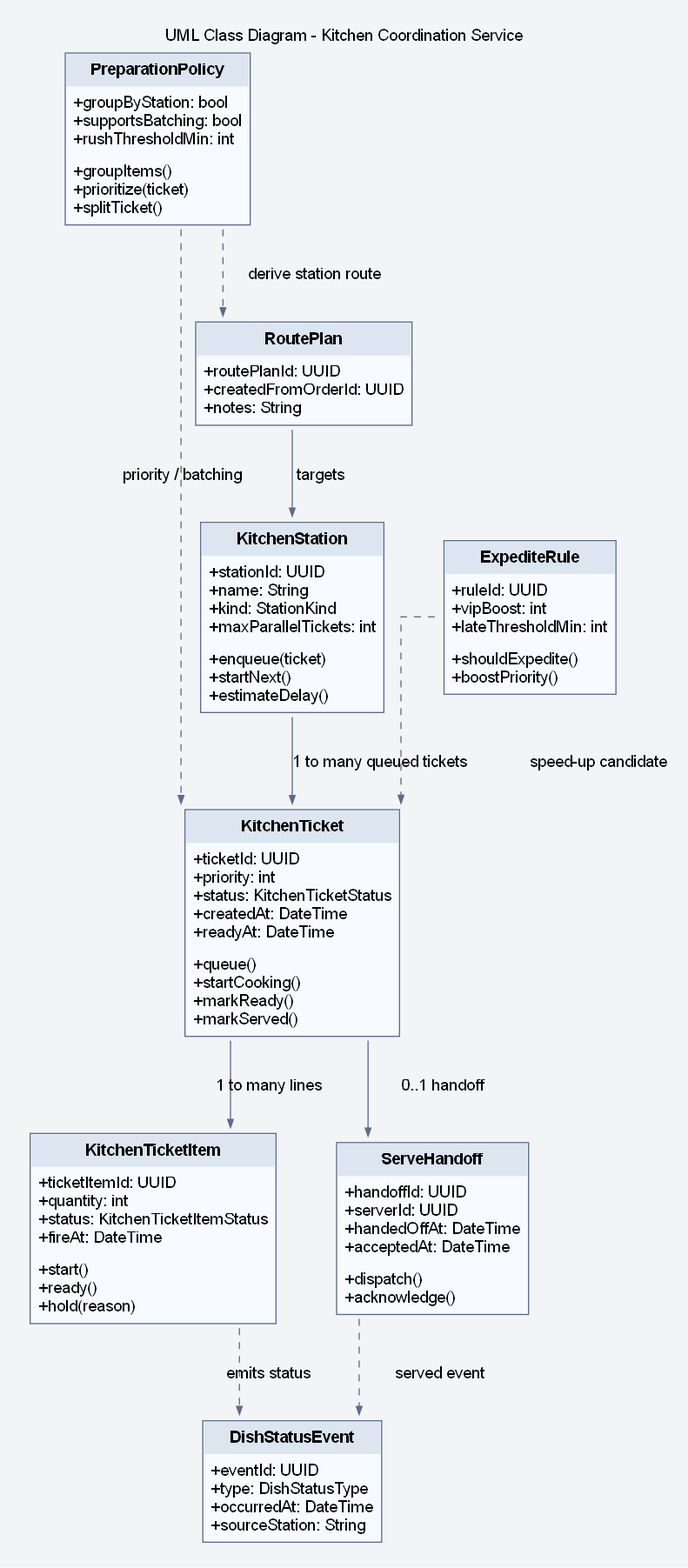
lehoangluan1/SA_IRMS keeps this Graphviz diagram as assets/diagrams/rendered/design/28_uml_class_diagram_kitchen_coordination_module.png. Above is the earlier version. Its source is kept beside it as assets/diagrams/source/design/28_uml_class_diagram_kitchen_coordination_module.dot.
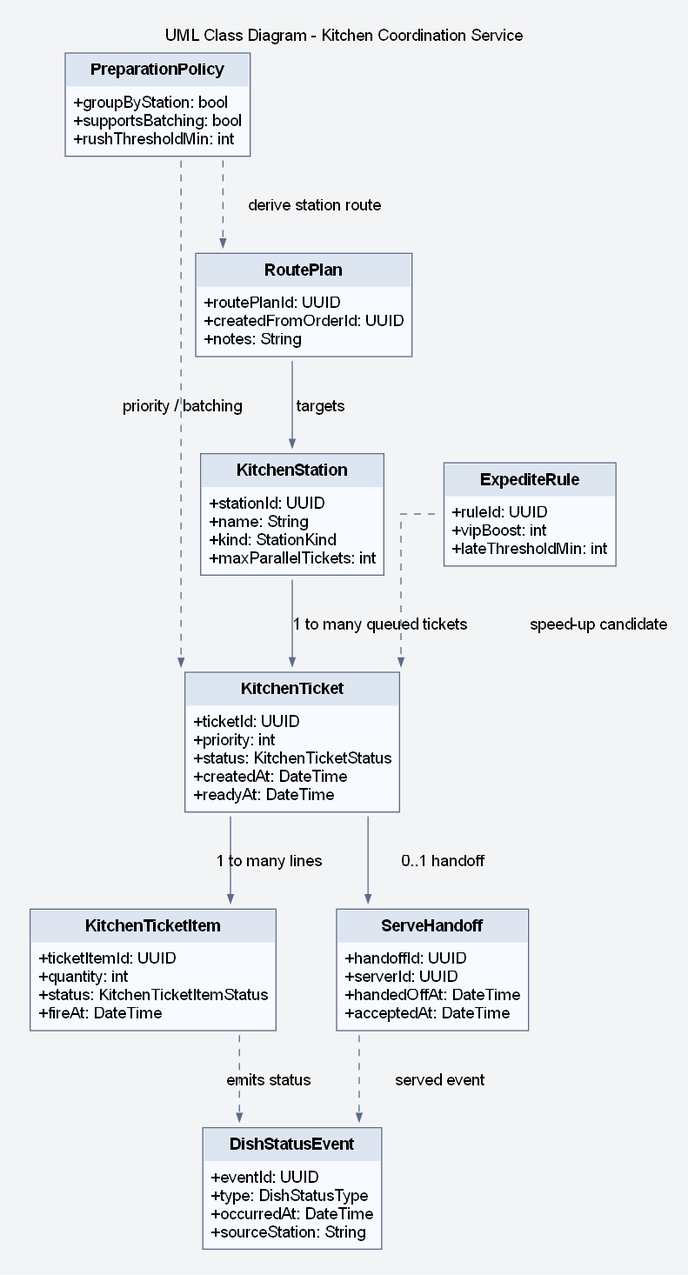
Later version of the same file.

Change to the diagram source:
```diff
@@ -11,28 +11,24 @@
 <TABLE BORDER="1" CELLBORDER="0" CELLSPACING="0" CELLPADDING="6" COLOR="#5B6B8C" BGCOLOR="#F7FAFF">
 <TR><TD BGCOLOR="#DDE5F0"><B>KitchenStation</B></TD></TR>
 <TR><TD ALIGN="LEFT" BALIGN="LEFT">+stationId: UUID<BR ALIGN='LEFT'/>+name: String<BR ALIGN='LEFT'/>+kind: StationKind<BR ALIGN='LEFT'/>+maxParallelTickets: int</TD></TR>
-<TR><TD ALIGN="LEFT" BALIGN="LEFT">+enqueue(ticket)<BR ALIGN='LEFT'/>+startNext()<BR ALIGN='LEFT'/>+estimateDelay()</TD></TR>
 </TABLE>
 >];
 KitchenTicket [label=<
 <TABLE BORDER="1" CELLBORDER="0" CELLSPACING="0" CELLPADDING="6" COLOR="#5B6B8C" BGCOLOR="#F7FAFF">
 <TR><TD BGCOLOR="#DDE5F0"><B>KitchenTicket</B></TD></TR>
 <TR><TD ALIGN="LEFT" BALIGN="LEFT">+ticketId: UUID<BR ALIGN='LEFT'/>+priority: int<BR ALIGN='LEFT'/>+status: KitchenTicketStatus<BR ALIGN='LEFT'/>+createdAt: DateTime<BR ALIGN='LEFT'/>+readyAt: DateTime</TD></TR>
-<TR><TD ALIGN="LEFT" BALIGN="LEFT">+queue()<BR ALIGN='LEFT'/>+startCooking()<BR ALIGN='LEFT'/>+markReady()<BR ALIGN='LEFT'/>+markServed()</TD></TR>
 </TABLE>
 >];
 KitchenTicketItem [label=<
 <TABLE BORDER="1" CELLBORDER="0" CELLSPACING="0" CELLPADDING="6" COLOR="#5B6B8C" BGCOLOR="#F7FAFF">
 <TR><TD BGCOLOR="#DDE5F0"><B>KitchenTicketItem</B></TD></TR>
 <TR><TD ALIGN="LEFT" BALIGN="LEFT">+ticketItemId: UUID<BR ALIGN='LEFT'/>+quantity: int<BR ALIGN='LEFT'/>+status: KitchenTicketItemStatus<BR ALIGN='LEFT'/>+fireAt: DateTime</TD></TR>
-<TR><TD ALIGN="LEFT" BALIGN="LEFT">+start()<BR ALIGN='LEFT'/>+ready()<BR ALIGN='LEFT'/>+hold(reason)</TD></TR>
 </TABLE>
 >];
 PreparationPolicy [label=<
 <TABLE BORDER="1" CELLBORDER="0" CELLSPACING="0" CELLPADDING="6" COLOR="#5B6B8C" BGCOLOR="#F7FAFF">
 <TR><TD BGCOLOR="#DDE5F0"><B>PreparationPolicy</B></TD></TR>
 <TR><TD ALIGN="LEFT" BALIGN="LEFT">+groupByStation: bool<BR ALIGN='LEFT'/>+supportsBatching: bool<BR ALIGN='LEFT'/>+rushThresholdMin: int</TD></TR>
-<TR><TD ALIGN="LEFT" BALIGN="LEFT">+groupItems()<BR ALIGN='LEFT'/>+prioritize(ticket)<BR ALIGN='LEFT'/>+splitTicket()</TD></TR>
 </TABLE>
 >];
 RoutePlan [label=<
@@ -46,14 +42,12 @@
 <TABLE BORDER="1" CELLBORDER="0" CELLSPACING="0" CELLPADDING="6" COLOR="#5B6B8C" BGCOLOR="#F7FAFF">
 <TR><TD BGCOLOR="#DDE5F0"><B>ExpediteRule</B></TD></TR>
 <TR><TD ALIGN="LEFT" BALIGN="LEFT">+ruleId: UUID<BR ALIGN='LEFT'/>+vipBoost: int<BR ALIGN='LEFT'/>+lateThresholdMin: int</TD></TR>
-<TR><TD ALIGN="LEFT" BALIGN="LEFT">+shouldExpedite()<BR ALIGN='LEFT'/>+boostPriority()</TD></TR>
 </TABLE>
 >];
 ServeHandoff [label=<
 <TABLE BORDER="1" CELLBORDER="0" CELLSPACING="0" CELLPADDING="6" COLOR="#5B6B8C" BGCOLOR="#F7FAFF">
 <TR><TD BGCOLOR="#DDE5F0"><B>ServeHandoff</B></TD></TR>
 <TR><TD ALIGN="LEFT" BALIGN="LEFT">+handoffId: UUID<BR ALIGN='LEFT'/>+serverId: UUID<BR ALIGN='LEFT'/>+handedOffAt: DateTime<BR ALIGN='LEFT'/>+acceptedAt: DateTime</TD></TR>
-<TR><TD ALIGN="LEFT" BALIGN="LEFT">+dispatch()<BR ALIGN='LEFT'/>+acknowledge()</TD></TR>
 </TABLE>
 >];
 DishStatusEvent [label=<
```
